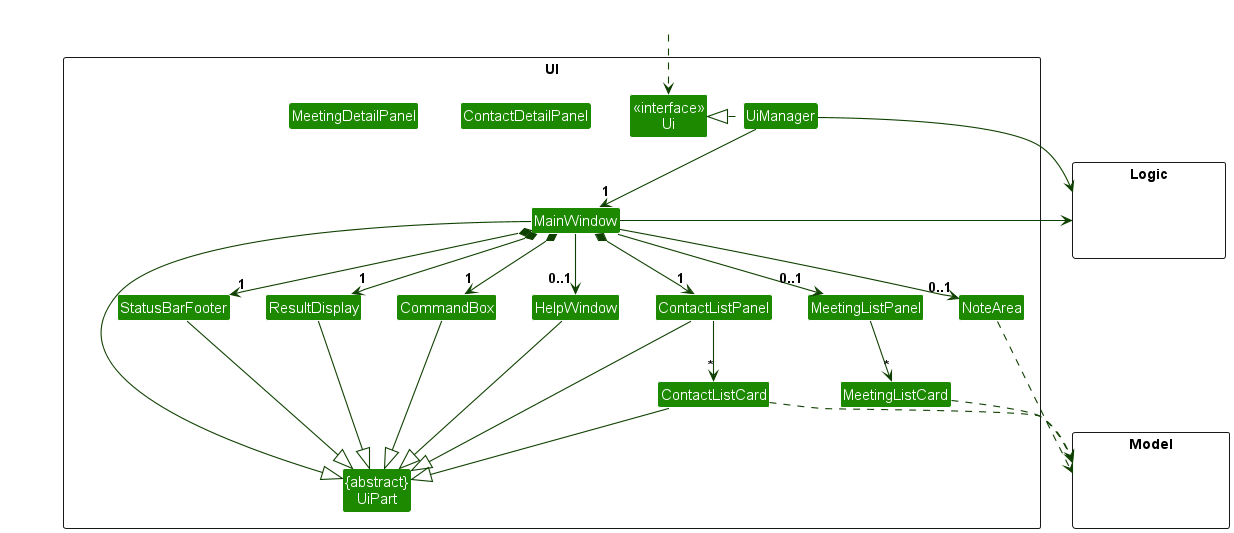
This is docs/images/UiClassDiagram.png from s-peiran/tp, a PlantUML export, as it was before one commit. Source of this version:
```plantuml
@startuml
!include style.puml
skinparam arrowThickness 1.1
skinparam arrowColor UI_COLOR_T4
skinparam classBackgroundColor UI_COLOR

package UI <<Rectangle>>{
Class "<<interface>>\nUi" as Ui
Class "{abstract}\nUiPart" as UiPart
Class UiManager
Class MainWindow
Class HelpWindow
Class ResultDisplay
Class ContactDetailPanel
Class ContactListPanel
Class ContactListCard
Class StatusBarFooter
Class CommandBox
Class MeetingDetailPanel
Class MeetingListPanel
Class MeetingListCard
Class NoteArea
}

package Model <<Rectangle>> {
Class HiddenModel #FFFFFF
}

package Logic <<Rectangle>> {
Class HiddenLogic #FFFFFF
}

Class HiddenOutside #FFFFFF
HiddenOutside ..> Ui

UiManager .left.|> Ui
UiManager -down-> "1" MainWindow
MainWindow *-down->  "1" CommandBox
MainWindow *-down-> "1" ResultDisplay
MainWindow *-down-> "1" ContactListPanel
MainWindow *-down-> "1" StatusBarFooter
MainWindow --> "0..1" HelpWindow
MainWindow --> "0..1" MeetingListPanel
MainWindow --> "0..1" NoteArea

ContactListPanel -down-> "*" ContactListCard
MeetingListPanel -down-> "*" MeetingListCard

MainWindow -left-|> UiPart

ResultDisplay --|> UiPart
CommandBox --|> UiPart
ContactListPanel --|> UiPart
ContactListCard --|> UiPart
StatusBarFooter --|> UiPart
HelpWindow --|> UiPart

ContactListCard ..> Model
MeetingListCard ..> Model
NoteArea ..> Model
UiManager -right-> Logic
MainWindow -left-> Logic

ContactListPanel -[hidden]left- HelpWindow
HelpWindow -[hidden]left- CommandBox
CommandBox -[hidden]left- ResultDisplay
ResultDisplay -[hidden]left- StatusBarFooter

MainWindow -[hidden]-|> UiPart
@enduml
```
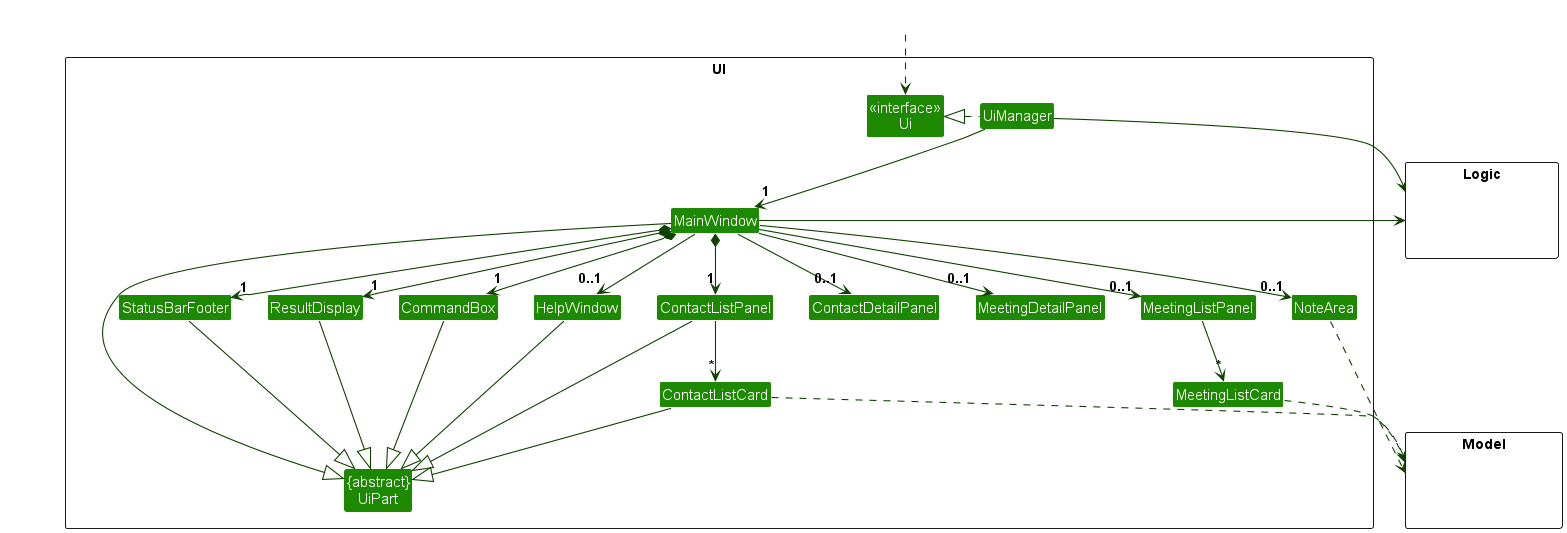
Above is the later version.

Change to the diagram source:
```diff
@@ -41,6 +41,8 @@
 MainWindow *-down-> "1" StatusBarFooter
 MainWindow --> "0..1" HelpWindow
 MainWindow --> "0..1" MeetingListPanel
+MainWindow --> "0..1" ContactDetailPanel
+MainWindow --> "0..1" MeetingDetailPanel
 MainWindow --> "0..1" NoteArea
 
 ContactListPanel -down-> "*" ContactListCard
```
